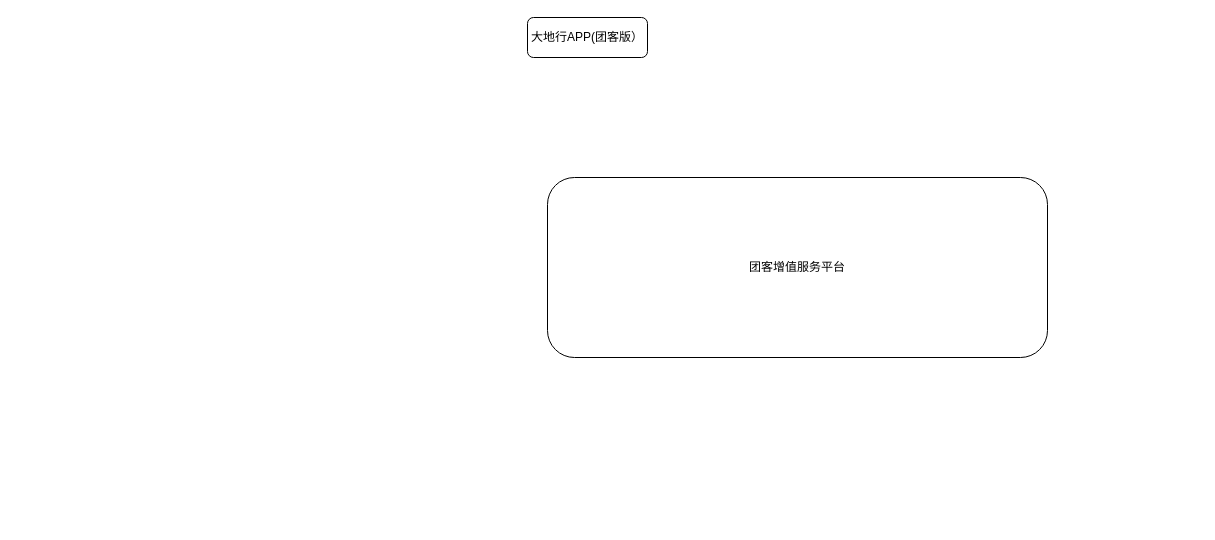
loc1129/tech keeps this draw.io diagram as 团客总体设计.drawio. Above is the earlier version. Source tidied: cells renumbered, new cells numbered last; positions are measured from the earlier drawing's top-left corner, leaving out a move shared by most shapes. Both pictures are drawn from the tidied source at 100%, with x=0, y=0 at pixel (527, 17).
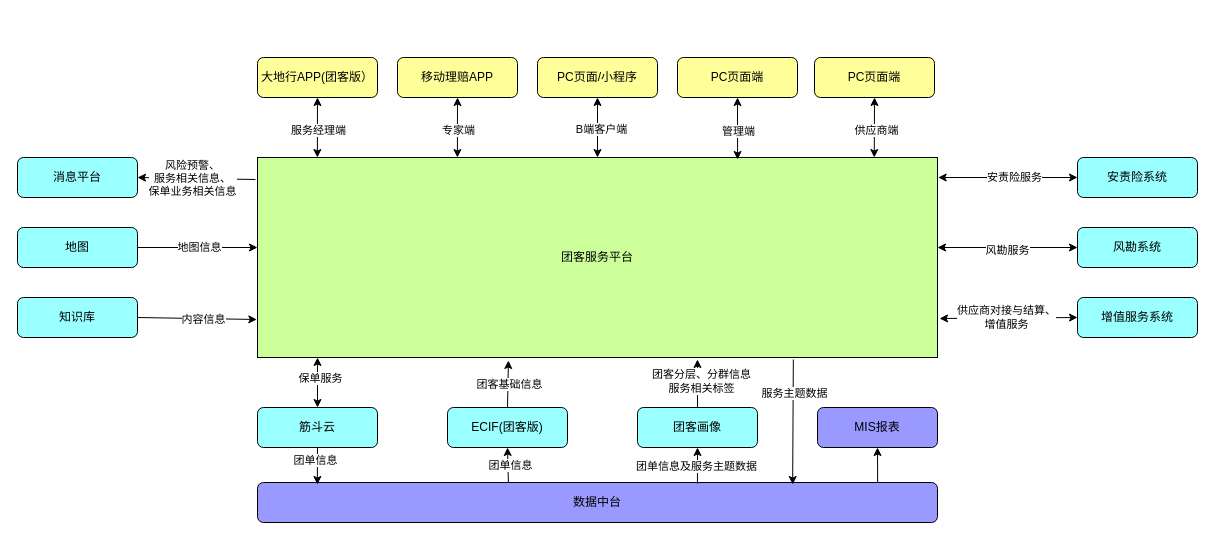
Above is the later version.

Commit message (it also covers changes not shown here):
更新团客总体设计.drawio

Diff of the diagram source:
```diff
@@
-    <mxCell id="2" value="团客增值服务平台" style="rounded=1;whiteSpace=wrap;html=1;" parent="1" vertex="1">
-      <mxGeometry x="20" y="160" width="500" height="180" as="geometry" />
+    <mxCell id="2" value="团客服务平台" style="rounded=0;whiteSpace=wrap;html=1;fillColor=#CCFF99;" parent="1" vertex="1">
+      <mxGeometry x="-270" y="140" width="680" height="200" as="geometry" />
     </mxCell>
-    <mxCell id="3" value="大地行APP(团客版）" style="rounded=1;whiteSpace=wrap;html=1;" parent="1" vertex="1">
-      <mxGeometry width="120" height="40" as="geometry" />
+    <mxCell id="3" value="大地行APP(团客版）" style="rounded=1;whiteSpace=wrap;html=1;fillColor=#FFFF99;" parent="1" vertex="1">
+      <mxGeometry x="-270" y="40" width="120" height="40" as="geometry" />
     </mxCell>
+    <mxCell id="4" value="移动理赔APP" style="rounded=1;whiteSpace=wrap;html=1;fillColor=#FFFF99;" parent="1" vertex="1">
+      <mxGeometry x="-130" y="40" width="120" height="40" as="geometry" />
+    </mxCell>
+    <mxCell id="5" value="PC页面/小程序" style="rounded=1;whiteSpace=wrap;html=1;fillColor=#FFFF99;" parent="1" vertex="1">
+      <mxGeometry x="10" y="40" width="120" height="40" as="geometry" />
+    </mxCell>
+    <mxCell id="6" value="PC页面端" style="rounded=1;whiteSpace=wrap;html=1;fillColor=#FFFF99;" parent="1" vertex="1">
+      <mxGeometry x="150" y="40" width="120" height="40" as="geometry" />
+    </mxCell>
+    <mxCell id="7" value="PC页面端" style="rounded=1;whiteSpace=wrap;html=1;fillColor=#FFFF99;" parent="1" vertex="1">
+      <mxGeometry x="287" y="40" width="120" height="40" as="geometry" />
+    </mxCell>
+    <mxCell id="8" style="endArrow=classic;startArrow=classic;html=1;rounded=0;entryX=0.5;entryY=1;entryDx=0;entryDy=0;exitX=0.088;exitY=0;exitDx=0;exitDy=0;exitPerimeter=0;" parent="1" edge="1" source="2" target="3">
+      <mxGeometry relative="1" as="geometry" />
+    </mxCell>
+    <mxCell id="9" value="服务经理端" style="edgeLabel;html=1;align=center;verticalAlign=middle;" parent="8" vertex="1">
+      <mxGeometry x="-0.06" y="-1" relative="1" as="geometry" />
+    </mxCell>
+    <mxCell id="10" style="endArrow=classic;startArrow=classic;html=1;rounded=0;entryX=0.5;entryY=1;entryDx=0;entryDy=0;exitX=0.294;exitY=0;exitDx=0;exitDy=0;exitPerimeter=0;" parent="1" edge="1" source="2" target="4">
+      <mxGeometry relative="1" as="geometry" />
+    </mxCell>
+    <mxCell id="11" value="专家端" style="edgeLabel;html=1;align=center;verticalAlign=middle;" parent="10" vertex="1">
+      <mxGeometry x="-0.06" y="-1" relative="1" as="geometry" />
+    </mxCell>
+    <mxCell id="12" style="endArrow=classic;startArrow=classic;html=1;rounded=0;exitX=0.5;exitY=0;exitDx=0;exitDy=0;entryX=0.5;entryY=1;entryDx=0;entryDy=0;" parent="1" edge="1" source="2" target="5">
+      <mxGeometry relative="1" as="geometry" />
+    </mxCell>
+    <mxCell id="13" value="B端客户端" style="edgeLabel;html=1;align=center;verticalAlign=middle;" parent="12" vertex="1">
+      <mxGeometry x="-0.04" y="-3" relative="1" as="geometry" />
+    </mxCell>
+    <mxCell id="14" style="endArrow=classic;startArrow=classic;html=1;rounded=0;entryX=0.5;entryY=1;entryDx=0;entryDy=0;exitX=0.706;exitY=0.01;exitDx=0;exitDy=0;exitPerimeter=0;" parent="1" edge="1" source="2" target="6">
+      <mxGeometry relative="1" as="geometry" />
+    </mxCell>
+    <mxCell id="15" value="管理端" style="edgeLabel;html=1;align=center;verticalAlign=middle;" parent="14" vertex="1">
+      <mxGeometry x="-0.06" relative="1" as="geometry" />
+    </mxCell>
+    <mxCell id="16" style="endArrow=classic;startArrow=classic;html=1;rounded=0;entryX=0.5;entryY=1;entryDx=0;entryDy=0;exitX=0.907;exitY=0;exitDx=0;exitDy=0;exitPerimeter=0;" parent="1" edge="1" source="2" target="7">
+      <mxGeometry relative="1" as="geometry" />
+    </mxCell>
+    <mxCell id="17" value="供应商端" style="edgeLabel;html=1;align=center;verticalAlign=middle;" parent="16" vertex="1">
+      <mxGeometry x="-0.06" y="-2" relative="1" as="geometry" />
+    </mxCell>
+    <mxCell id="18" value="消息平台" style="rounded=1;whiteSpace=wrap;html=1;fillColor=#99FFFF;" parent="1" vertex="1">
+      <mxGeometry x="-510" y="140" width="120" height="40" as="geometry" />
+    </mxCell>
+    <mxCell id="19" value="地图" style="rounded=1;whiteSpace=wrap;html=1;fillColor=#99FFFF;" parent="1" vertex="1">
+      <mxGeometry x="-510" y="210" width="120" height="40" as="geometry" />
+    </mxCell>
+    <mxCell id="20" value="知识库" style="rounded=1;whiteSpace=wrap;html=1;fillColor=#99FFFF;" parent="1" vertex="1">
+      <mxGeometry x="-510" y="280" width="120" height="40" as="geometry" />
+    </mxCell>
+    <mxCell id="21" value="安责险系统" style="rounded=1;whiteSpace=wrap;html=1;fillColor=#99FFFF;" parent="1" vertex="1">
+      <mxGeometry x="550" y="140" width="120" height="40" as="geometry" />
+    </mxCell>
+    <mxCell id="22" value="风勘系统" style="rounded=1;whiteSpace=wrap;html=1;fillColor=#99FFFF;" parent="1" vertex="1">
+      <mxGeometry x="550" y="210" width="120" height="40" as="geometry" />
+    </mxCell>
+    <mxCell id="23" value="增值服务系统" style="rounded=1;whiteSpace=wrap;html=1;fillColor=#99FFFF;" parent="1" vertex="1">
+      <mxGeometry x="550" y="280" width="120" height="40" as="geometry" />
+    </mxCell>
+    <mxCell id="24" style="endArrow=classic;html=1;rounded=0;exitX=-0.003;exitY=0.11;exitDx=0;exitDy=0;exitPerimeter=0;entryX=1;entryY=0.5;entryDx=0;entryDy=0;" parent="1" edge="1" source="2" target="18">
+      <mxGeometry relative="1" as="geometry" />
+    </mxCell>
+    <mxCell id="25" value="风险预警、&lt;br&gt;服务相关信息、&lt;br&gt;保单业务相关信息" style="edgeLabel;html=1;align=center;verticalAlign=middle;" parent="24" vertex="1">
+      <mxGeometry x="0.06" relative="1" as="geometry" />
+    </mxCell>
+    <mxCell id="26" style="endArrow=classic;html=1;rounded=0;exitX=1;exitY=0.5;exitDx=0;exitDy=0;" parent="1" edge="1" source="19">
+      <mxGeometry relative="1" as="geometry">
+        <mxPoint x="-270" y="230" as="targetPoint" />
+      </mxGeometry>
+    </mxCell>
+    <mxCell id="27" value="地图信息" style="edgeLabel;html=1;align=center;verticalAlign=middle;" parent="26" vertex="1">
+      <mxGeometry x="0.17" y="1" relative="1" as="geometry">
+        <mxPoint x="-9" as="offset" />
+      </mxGeometry>
+    </mxCell>
+    <mxCell id="28" style="endArrow=classic;html=1;rounded=0;exitX=1;exitY=0.5;exitDx=0;exitDy=0;entryX=-0.001;entryY=0.81;entryDx=0;entryDy=0;entryPerimeter=0;" parent="1" edge="1" source="20" target="2">
+      <mxGeometry relative="1" as="geometry" />
+    </mxCell>
+    <mxCell id="29" value="内容信息" style="edgeLabel;html=1;align=center;verticalAlign=middle;" parent="28" vertex="1">
+      <mxGeometry x="0.1" relative="1" as="geometry" />
+    </mxCell>
+    <mxCell id="30" style="endArrow=classic;startArrow=classic;html=1;rounded=0;exitX=1.001;exitY=0.1;exitDx=0;exitDy=0;exitPerimeter=0;entryX=0;entryY=0.5;entryDx=0;entryDy=0;" parent="1" edge="1" source="2" target="21">
+      <mxGeometry relative="1" as="geometry" />
+    </mxCell>
+    <mxCell id="31" value="安责险服务" style="edgeLabel;html=1;align=center;verticalAlign=middle;" parent="30" vertex="1">
+      <mxGeometry x="0.09" y="1" relative="1" as="geometry" />
+    </mxCell>
+    <mxCell id="32" style="endArrow=classic;startArrow=classic;html=1;rounded=0;entryX=0;entryY=0.5;entryDx=0;entryDy=0;" parent="1" edge="1" target="22">
+      <mxGeometry relative="1" as="geometry">
+        <mxPoint x="410" y="230" as="sourcePoint" />
+      </mxGeometry>
+    </mxCell>
+    <mxCell id="33" value="风勘服务" style="edgeLabel;html=1;align=center;verticalAlign=middle;" parent="32" vertex="1">
+      <mxGeometry x="-0.01" y="-2" relative="1" as="geometry" />
+    </mxCell>
+    <mxCell id="34" style="endArrow=classic;startArrow=classic;html=1;rounded=0;exitX=1.003;exitY=0.805;exitDx=0;exitDy=0;exitPerimeter=0;entryX=0;entryY=0.5;entryDx=0;entryDy=0;" parent="1" edge="1" source="2" target="23">
+      <mxGeometry relative="1" as="geometry" />
+    </mxCell>
+    <mxCell id="35" value="供应商对接与结算、&lt;br&gt;增值服务" style="edgeLabel;html=1;align=center;verticalAlign=middle;" parent="34" vertex="1">
+      <mxGeometry x="-0.04" y="1" relative="1" as="geometry" />
+    </mxCell>
+    <mxCell id="36" value="筋斗云" style="rounded=1;whiteSpace=wrap;html=1;fillColor=#99FFFF;" parent="1" vertex="1">
+      <mxGeometry x="-270" y="390" width="120" height="40" as="geometry" />
+    </mxCell>
+    <mxCell id="37" style="endArrow=classic;startArrow=classic;html=1;rounded=0;exitX=0.5;exitY=0;exitDx=0;exitDy=0;" parent="1" edge="1" source="36">
+      <mxGeometry relative="1" as="geometry">
+        <mxPoint x="-210" y="340" as="targetPoint" />
+      </mxGeometry>
+    </mxCell>
+    <mxCell id="38" value="保单服务" style="edgeLabel;html=1;align=center;verticalAlign=middle;" parent="37" vertex="1">
+      <mxGeometry x="0.19" y="-2" relative="1" as="geometry" />
+    </mxCell>
+    <mxCell id="39" value="ECIF(团客版)" style="rounded=1;whiteSpace=wrap;html=1;fillColor=#99FFFF;" parent="1" vertex="1">
+      <mxGeometry x="-80" y="390" width="120" height="40" as="geometry" />
+    </mxCell>
+    <mxCell id="40" style="endArrow=classic;html=1;rounded=0;exitX=0.5;exitY=0;exitDx=0;exitDy=0;entryX=0.369;entryY=1.015;entryDx=0;entryDy=0;entryPerimeter=0;" parent="1" edge="1" source="39" target="2">
+      <mxGeometry relative="1" as="geometry" />
+    </mxCell>
+    <mxCell id="41" value="团客基础信息" style="edgeLabel;html=1;align=center;verticalAlign=middle;" parent="40" vertex="1">
+      <mxGeometry x="0.02" y="-1" relative="1" as="geometry" />
+    </mxCell>
+    <mxCell id="42" value="团客画像" style="rounded=1;whiteSpace=wrap;html=1;fillColor=#99FFFF;" parent="1" vertex="1">
+      <mxGeometry x="110" y="390" width="120" height="40" as="geometry" />
+    </mxCell>
+    <mxCell id="43" style="endArrow=classic;html=1;rounded=0;exitX=0.5;exitY=0;exitDx=0;exitDy=0;entryX=0.647;entryY=1.01;entryDx=0;entryDy=0;entryPerimeter=0;" parent="1" edge="1" source="42" target="2">
+      <mxGeometry relative="1" as="geometry" />
+    </mxCell>
+    <mxCell id="44" value="团客分层、分群信息&lt;br&gt;服务相关标签" style="edgeLabel;html=1;align=center;verticalAlign=middle;" parent="43" vertex="1">
+      <mxGeometry x="0.1" y="-4" relative="1" as="geometry" />
+    </mxCell>
+    <mxCell id="45" value="MIS报表" style="rounded=1;whiteSpace=wrap;html=1;fillColor=#9999FF;" parent="1" vertex="1">
+      <mxGeometry x="290" y="390" width="120" height="40" as="geometry" />
+    </mxCell>
+    <mxCell id="46" value="数据中台" style="rounded=1;whiteSpace=wrap;html=1;fillColor=#9999FF;" parent="1" vertex="1">
+      <mxGeometry x="-270" y="465" width="680" height="40" as="geometry" />
+    </mxCell>
+    <mxCell id="47" style="endArrow=classic;html=1;rounded=0;exitX=0.788;exitY=1.01;exitDx=0;exitDy=0;exitPerimeter=0;entryX=0.787;entryY=0.05;entryDx=0;entryDy=0;entryPerimeter=0;" parent="1" edge="1" source="2" target="46">
+      <mxGeometry relative="1" as="geometry" />
+    </mxCell>
+    <mxCell id="48" value="服务主题数据" style="edgeLabel;html=1;align=center;verticalAlign=middle;" parent="47" vertex="1">
+      <mxGeometry x="-0.47" y="1" relative="1" as="geometry" />
+    </mxCell>
+    <mxCell id="49" style="endArrow=classic;html=1;rounded=0;entryX=0.5;entryY=1;entryDx=0;entryDy=0;exitX=0.912;exitY=0;exitDx=0;exitDy=0;exitPerimeter=0;" parent="1" edge="1" source="46" target="45">
+      <mxGeometry relative="1" as="geometry" />
+    </mxCell>
+    <mxCell id="50" style="endArrow=classic;html=1;rounded=0;exitX=0.5;exitY=1;exitDx=0;exitDy=0;entryX=0.088;entryY=0.05;entryDx=0;entryDy=0;entryPerimeter=0;" parent="1" edge="1" source="36" target="46">
+      <mxGeometry relative="1" as="geometry" />
+    </mxCell>
+    <mxCell id="51" value="团单信息" style="edgeLabel;html=1;align=center;verticalAlign=middle;" parent="50" vertex="1">
+      <mxGeometry x="-0.3" y="-2" relative="1" as="geometry" />
+    </mxCell>
+    <mxCell id="52" style="endArrow=classic;html=1;rounded=0;exitX=0.369;exitY=0;exitDx=0;exitDy=0;exitPerimeter=0;entryX=0.5;entryY=1;entryDx=0;entryDy=0;" parent="1" edge="1" source="46" target="39">
+      <mxGeometry relative="1" as="geometry" />
+    </mxCell>
+    <mxCell id="53" value="团单信息" style="edgeLabel;html=1;align=center;verticalAlign=middle;" parent="52" vertex="1">
+      <mxGeometry x="-0.03" y="-2" relative="1" as="geometry" />
+    </mxCell>
+    <mxCell id="54" style="endArrow=classic;html=1;rounded=0;exitX=0.647;exitY=0.025;exitDx=0;exitDy=0;exitPerimeter=0;entryX=0.5;entryY=1;entryDx=0;entryDy=0;" parent="1" edge="1" source="46" target="42">
+      <mxGeometry relative="1" as="geometry" />
+    </mxCell>
+    <mxCell id="55" value="团单信息及服务主题数据" style="edgeLabel;html=1;align=center;verticalAlign=middle;" parent="54" vertex="1">
+      <mxGeometry x="-0.06" y="1" relative="1" as="geometry" />
+    </mxCell>
```
